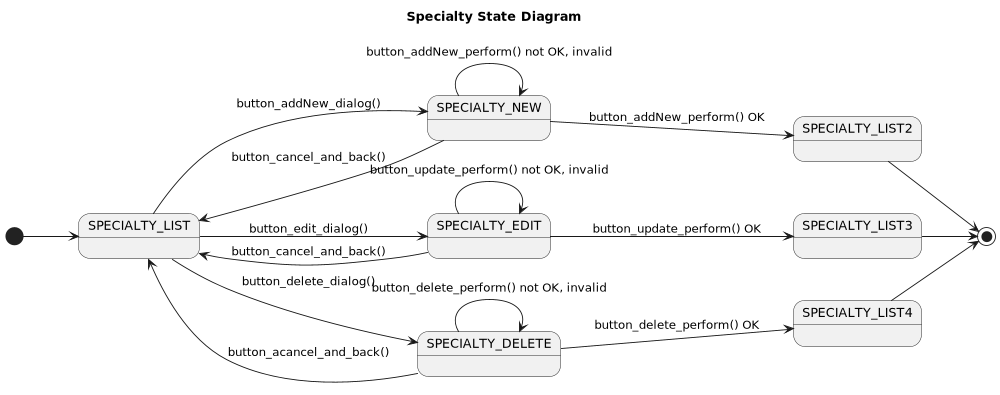
Before: uml/vet/concept/Specialty__UseCase__State-Specialty_State_Diagram.png, a diagram exported from PlantUML (Jakarta-EE-Petclinic/petclinic-uml).
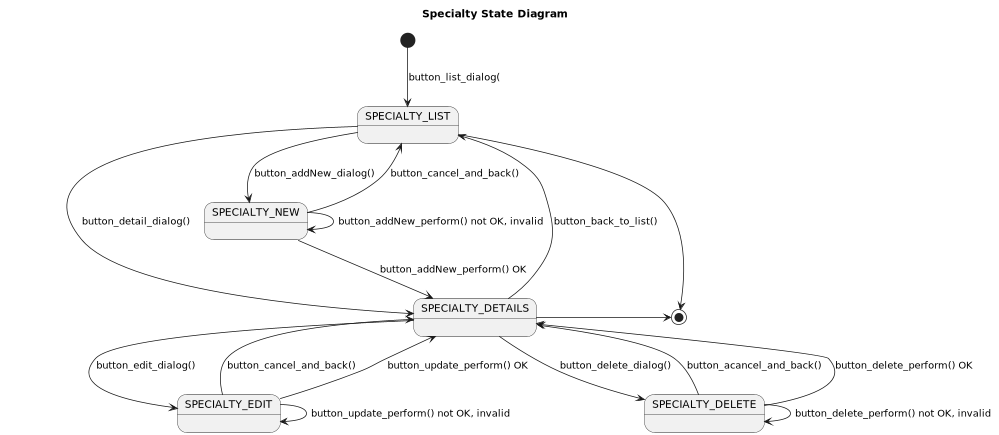
After the change.

Change to the diagram source:
```diff
@@ -3,39 +3,38 @@
 title Specialty State Diagram
 
 
-left to right direction
+top to bottom direction
 
 scale 1000 width
 
-[*] --> SPECIALTY_LIST
-
+[*] --> SPECIALTY_LIST: button_list_dialog(
 
 SPECIALTY_LIST --> SPECIALTY_NEW : button_addNew_dialog()
 SPECIALTY_NEW --> SPECIALTY_LIST: button_cancel_and_back()
-SPECIALTY_NEW --> SPECIALTY_LIST2: button_addNew_perform() OK
-
-SPECIALTY_LIST --> SPECIALTY_EDIT: button_edit_dialog()
-SPECIALTY_EDIT --> SPECIALTY_LIST: button_cancel_and_back()
-SPECIALTY_EDIT --> SPECIALTY_LIST3: button_update_perform() OK
-
-SPECIALTY_LIST --> SPECIALTY_DELETE: button_delete_dialog()
-SPECIALTY_DELETE --> SPECIALTY_LIST: button_acancel_and_back()
-SPECIALTY_DELETE --> SPECIALTY_LIST4: button_delete_perform() OK
-
-SPECIALTY_LIST2 --> [*]
-SPECIALTY_LIST3 --> [*]
-SPECIALTY_LIST4 --> [*]
-
-
 state SPECIALTY_NEW {
     SPECIALTY_NEW --> SPECIALTY_NEW : button_addNew_perform() not OK, invalid
 }
+SPECIALTY_NEW --> SPECIALTY_DETAILS: button_addNew_perform() OK
+
+
+SPECIALTY_LIST --> SPECIALTY_DETAILS: button_detail_dialog()
+SPECIALTY_DETAILS --> SPECIALTY_LIST: button_back_to_list()
+
+SPECIALTY_DETAILS --> SPECIALTY_EDIT: button_edit_dialog()
+SPECIALTY_EDIT --> SPECIALTY_DETAILS: button_cancel_and_back()
 state SPECIALTY_EDIT {
     SPECIALTY_EDIT --> SPECIALTY_EDIT: button_update_perform() not OK, invalid
 }
+SPECIALTY_EDIT --> SPECIALTY_DETAILS: button_update_perform() OK
+
+SPECIALTY_DETAILS --> SPECIALTY_DELETE: button_delete_dialog()
+SPECIALTY_DELETE --> SPECIALTY_DETAILS: button_acancel_and_back()
 state SPECIALTY_DELETE {
     SPECIALTY_DELETE --> SPECIALTY_DELETE: button_delete_perform() not OK, invalid
 }
+SPECIALTY_DELETE --> SPECIALTY_DETAILS: button_delete_perform() OK
 
+SPECIALTY_LIST -> [*]
+SPECIALTY_DETAILS -> [*]
 
 @enduml
```
